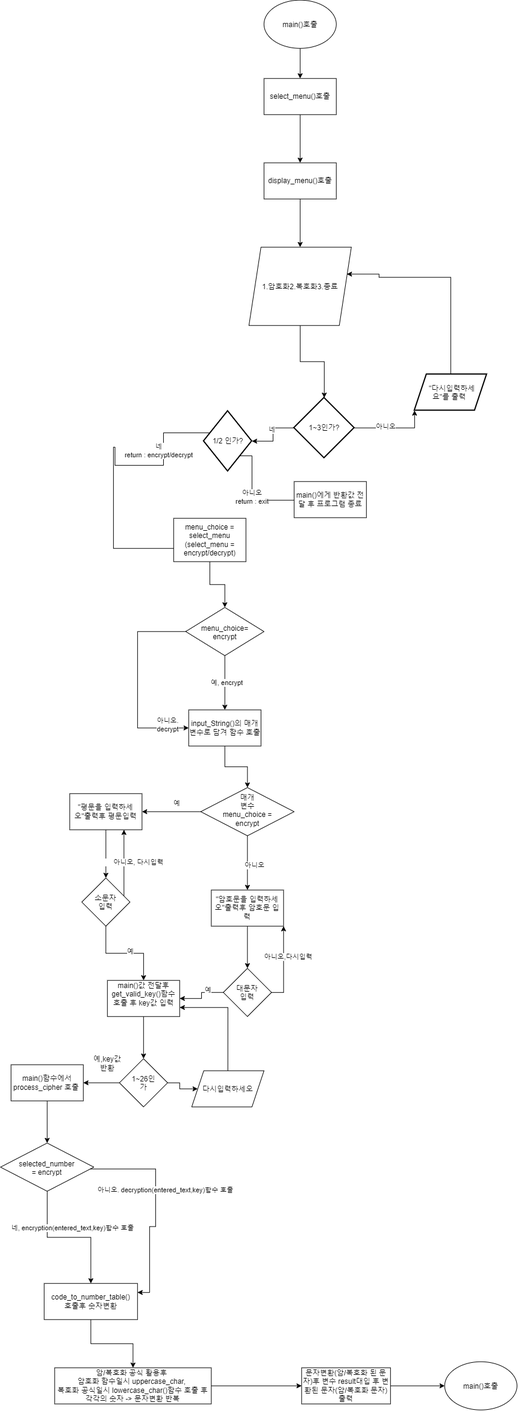
Earlier version of the draw.io export flow&call.drawio.png (roamming-123/softwareproject5weeks). Source tidied: cells renumbered, new cells last; positions are measured from the earlier drawing's top-left corner, leaving out a move shared by most shapes.
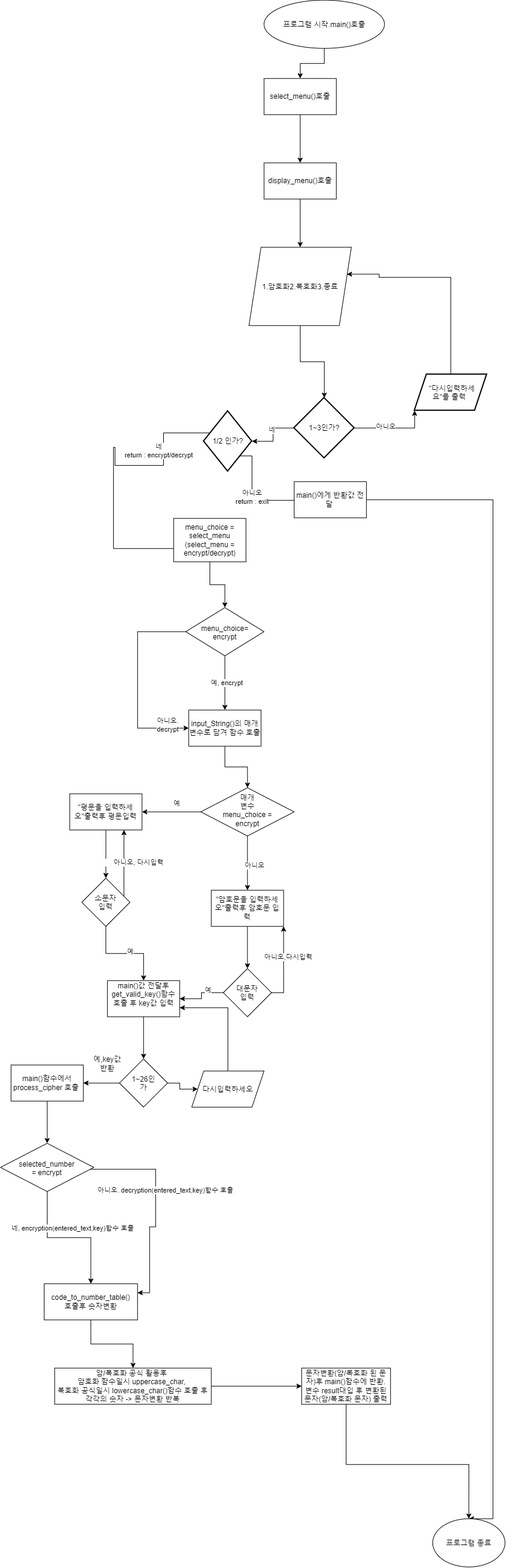
After the commit.

Commit message:
수정된 흐름제어 호출구조

The edit, as a diff of the source:
```diff
@@ -5,8 +5,8 @@
     <mxCell id="2" style="edgeStyle=orthogonalEdgeStyle;rounded=0;jettySize=auto;html=1;" parent="1" edge="1" source="3" target="5">
       <mxGeometry relative="1" as="geometry" />
     </mxCell>
-    <mxCell id="3" value="main()호출&lt;div&gt;&lt;br&gt;&lt;/div&gt;" style="ellipse;whiteSpace=wrap;html=1;shapeInside=1;" parent="1" vertex="1">
-      <mxGeometry x="438" width="120" height="80" as="geometry" />
+    <mxCell id="3" value="프로그램 시작.main()호출&lt;div&gt;&lt;br&gt;&lt;/div&gt;" style="ellipse;whiteSpace=wrap;html=1;shapeInside=1;" parent="1" vertex="1">
+      <mxGeometry x="438" width="200" height="80" as="geometry" />
     </mxCell>
     <mxCell id="4" style="edgeStyle=orthogonalEdgeStyle;rounded=0;jettySize=auto;html=1;" parent="1" edge="1" source="5" target="7">
       <mxGeometry relative="1" as="geometry" />
@@ -94,7 +94,15 @@
     <mxCell id="23" value="menu_choice = select_menu&lt;div&gt;(select_menu = encrypt/decrypt)&lt;/div&gt;" style="rounded=0;whiteSpace=wrap;html=1;" parent="1" vertex="1">
       <mxGeometry x="288" y="860" width="120" height="72" as="geometry" />
     </mxCell>
+    <mxCell id="73" style="edgeStyle=orthogonalEdgeStyle;rounded=0;jettySize=auto;html=1;entryX=0.5;entryY=0;entryDx=0;entryDy=0;" parent="1" edge="1" source="24" target="72">
+      <mxGeometry relative="1" as="geometry">
+        <Array as="points">
+          <mxPoint x="818.1" y="829.1" />
+          <mxPoint x="818.1" y="2520" />
+        </Array>
+      </mxGeometry>
+    </mxCell>
-    <mxCell id="24" value="main()에게 반환값 전달 후 프로그램 종료" style="rounded=0;whiteSpace=wrap;html=1;" parent="1" vertex="1">
+    <mxCell id="24" value="main()에게 반환값 전달&amp;nbsp;" style="rounded=0;whiteSpace=wrap;html=1;" parent="1" vertex="1">
       <mxGeometry x="488" y="799" width="120" height="60" as="geometry" />
     </mxCell>
     <mxCell id="25" style="edgeStyle=orthogonalEdgeStyle;rounded=0;jettySize=auto;html=1;entryX=0;entryY=0.5;entryDx=0;entryDy=0;" parent="1" edge="1" source="29" target="31">
@@ -268,13 +276,18 @@
       <mxGeometry x="90.5" y="2270" width="260" height="60" as="geometry" />
     </mxCell>
     <mxCell id="70" style="edgeStyle=orthogonalEdgeStyle;rounded=0;jettySize=auto;html=1;" parent="1" edge="1" source="71" target="72">
-      <mxGeometry relative="1" as="geometry" />
+      <mxGeometry relative="1" as="geometry">
+        <Array as="points">
+          <mxPoint x="574.3" y="2430" />
+          <mxPoint x="778.1" y="2430" />
+        </Array>
+      </mxGeometry>
     </mxCell>
-    <mxCell id="71" value="문자변환(암/복호화 된 문자)후 변수 result대입 후 변환된 문자(암/복호화 문자) 출력" style="whiteSpace=wrap;html=1;rounded=0;" parent="1" vertex="1">
+    <mxCell id="71" value="문자변환(암/복호화 된 문자)후 main()함수에 반환.&lt;div&gt;변수 result대입 후 변환된 문자(암/복호화 문자) 출력&lt;/div&gt;" style="whiteSpace=wrap;html=1;rounded=0;" parent="1" vertex="1">
       <mxGeometry x="500.5" y="2270" width="147.5" height="60" as="geometry" />
     </mxCell>
-    <mxCell id="72" value="main()호출&lt;div&gt;&lt;br&gt;&lt;/div&gt;" style="ellipse;whiteSpace=wrap;html=1;shapeInside=1;" parent="1" vertex="1">
-      <mxGeometry x="738" y="2260" width="120" height="80" as="geometry" />
+    <mxCell id="72" value="&lt;div&gt;프로그램 종료&lt;/div&gt;" style="ellipse;whiteSpace=wrap;html=1;shapeInside=1;" parent="1" vertex="1">
+      <mxGeometry x="718" y="2520" width="120" height="80" as="geometry" />
     </mxCell>
   </root>
 </mxGraphModel>
```
